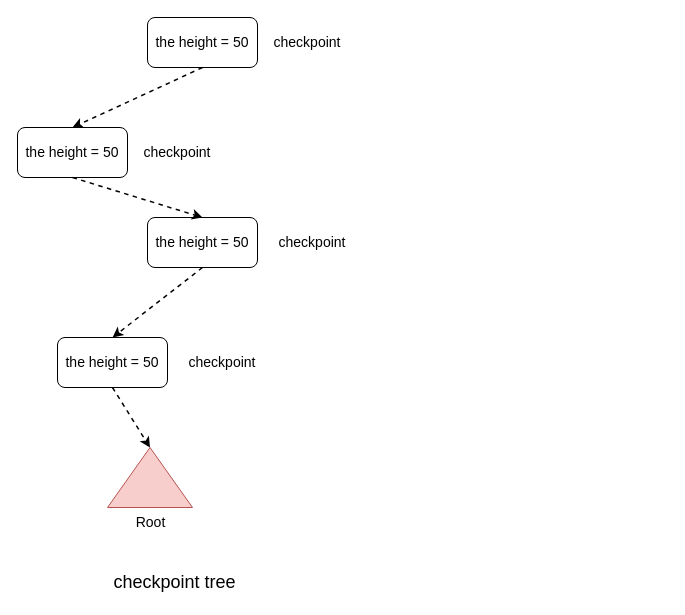
Earlier version of the draw.io diagram ethereum-research/consensus/Casper/checkpoint-tree.drawio (0xyicheng/a-research-diagram). Source tidied: cells renumbered, new cells numbered last; positions are measured from the earlier drawing's top-left corner, leaving out a move shared by most shapes. Both pictures are drawn from the tidied source at 100%, with x=0, y=0 at pixel (17, 17).
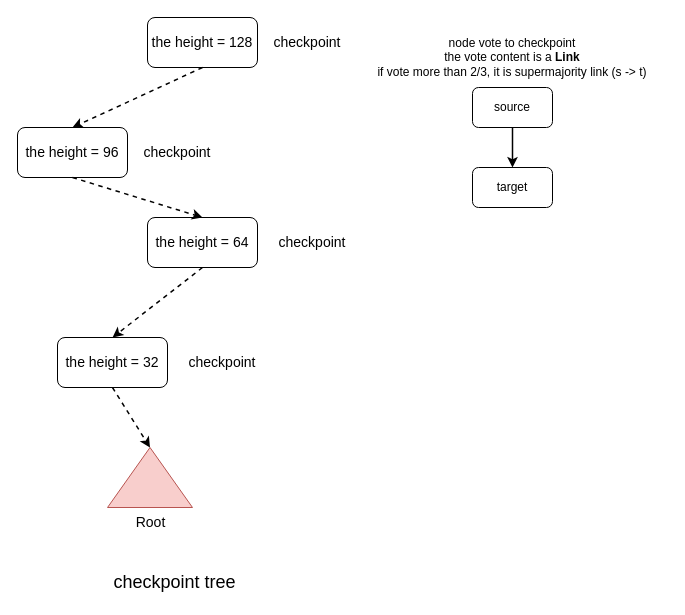
Above is the later version.

The edit, as a diff of the source:
```diff
@@
 <mxGraphModel>
   <root>
     <mxCell id="0" />
     <mxCell id="1" parent="0" />
-    <mxCell id="2" value="&lt;font style=&quot;user-select: auto; font-size: 14px;&quot;&gt;the height = 50&lt;/font&gt;" style="rounded=1;whiteSpace=wrap;html=1;" parent="1" vertex="1">
+    <mxCell id="2" value="&lt;font style=&quot;user-select: auto; font-size: 14px;&quot;&gt;the height = 32&lt;/font&gt;" style="rounded=1;whiteSpace=wrap;html=1;" parent="1" vertex="1">
       <mxGeometry x="40" y="320" width="110" height="50" as="geometry" />
     </mxCell>
-    <mxCell id="3" value="&lt;font style=&quot;user-select: auto; font-size: 14px;&quot;&gt;the height = 50&lt;/font&gt;" style="rounded=1;whiteSpace=wrap;html=1;" parent="1" vertex="1">
+    <mxCell id="3" value="&lt;font style=&quot;user-select: auto; font-size: 14px;&quot;&gt;the height = 64&lt;/font&gt;" style="rounded=1;whiteSpace=wrap;html=1;" parent="1" vertex="1">
       <mxGeometry x="130" y="200" width="110" height="50" as="geometry" />
     </mxCell>
-    <mxCell id="4" value="&lt;font style=&quot;user-select: auto; font-size: 14px;&quot;&gt;the height = 50&lt;/font&gt;" style="rounded=1;whiteSpace=wrap;html=1;" parent="1" vertex="1">
+    <mxCell id="4" value="&lt;font style=&quot;user-select: auto; font-size: 14px;&quot;&gt;the height = 96&lt;/font&gt;" style="rounded=1;whiteSpace=wrap;html=1;" parent="1" vertex="1">
       <mxGeometry y="110" width="110" height="50" as="geometry" />
     </mxCell>
-    <mxCell id="5" value="&lt;font style=&quot;user-select: auto; font-size: 14px;&quot;&gt;the height = 50&lt;/font&gt;" style="rounded=1;whiteSpace=wrap;html=1;" parent="1" vertex="1">
+    <mxCell id="5" value="&lt;font style=&quot;user-select: auto; font-size: 14px;&quot;&gt;the height = 128&lt;/font&gt;" style="rounded=1;whiteSpace=wrap;html=1;" parent="1" vertex="1">
       <mxGeometry x="130" width="110" height="50" as="geometry" />
     </mxCell>
     <mxCell id="6" value="Root" style="verticalLabelPosition=bottom;verticalAlign=top;html=1;shape=mxgraph.basic.acute_triangle;dx=0.5;fontSize=14;fillColor=#f8cecc;strokeColor=#b85450;" parent="1" vertex="1">
       <mxGeometry x="90" y="430" width="85" height="60" as="geometry" />
     </mxCell>
     <mxCell id="7" style="endArrow=classic;html=1;rounded=0;fontSize=14;strokeWidth=1.5;entryX=0;entryY=0;entryDx=42.5;entryDy=0;dashed=1;entryPerimeter=0;exitX=0.5;exitY=1;exitDx=0;exitDy=0;" parent="1" edge="1" source="2" target="6">
       <mxGeometry relative="1" as="geometry" />
     </mxCell>
     <mxCell id="8" style="endArrow=classic;html=1;rounded=0;fontSize=14;strokeWidth=1.5;entryX=0.5;entryY=0;entryDx=0;entryDy=0;dashed=1;exitX=0.5;exitY=1;exitDx=0;exitDy=0;" parent="1" edge="1" source="3" target="2">
       <mxGeometry relative="1" as="geometry" />
     </mxCell>
     <mxCell id="9" style="endArrow=classic;html=1;rounded=0;fontSize=14;strokeWidth=1.5;entryX=0.5;entryY=0;entryDx=0;entryDy=0;dashed=1;exitX=0.5;exitY=1;exitDx=0;exitDy=0;" parent="1" edge="1" source="4" target="3">
       <mxGeometry relative="1" as="geometry" />
     </mxCell>
     <mxCell id="10" style="endArrow=classic;html=1;rounded=0;fontSize=14;strokeWidth=1.5;entryX=0.5;entryY=0;entryDx=0;entryDy=0;dashed=1;exitX=0.5;exitY=1;exitDx=0;exitDy=0;" parent="1" edge="1" source="5" target="4">
       <mxGeometry relative="1" as="geometry" />
     </mxCell>
     <mxCell id="11" value="&lt;font style=&quot;user-select: auto; font-size: 14px;&quot;&gt;checkpoint&lt;/font&gt;" style="text;html=1;strokeColor=none;fillColor=none;align=center;verticalAlign=middle;whiteSpace=wrap;rounded=0;fontSize=14;" parent="1" vertex="1">
       <mxGeometry x="175" y="330" width="60" height="30" as="geometry" />
     </mxCell>
     <mxCell id="12" value="&lt;font style=&quot;user-select: auto; font-size: 18px;&quot;&gt;checkpoint tree&lt;/font&gt;" style="text;html=1;strokeColor=none;fillColor=none;align=center;verticalAlign=middle;whiteSpace=wrap;rounded=0;fontSize=14;" parent="1" vertex="1">
       <mxGeometry x="65" y="550" width="185" height="30" as="geometry" />
     </mxCell>
     <mxCell id="13" value="&lt;font style=&quot;user-select: auto; font-size: 14px;&quot;&gt;checkpoint&lt;/font&gt;" style="text;html=1;strokeColor=none;fillColor=none;align=center;verticalAlign=middle;whiteSpace=wrap;rounded=0;fontSize=14;" parent="1" vertex="1">
       <mxGeometry x="265" y="210" width="60" height="30" as="geometry" />
     </mxCell>
     <mxCell id="14" value="&lt;font style=&quot;user-select: auto; font-size: 14px;&quot;&gt;checkpoint&lt;/font&gt;" style="text;html=1;strokeColor=none;fillColor=none;align=center;verticalAlign=middle;whiteSpace=wrap;rounded=0;fontSize=14;" parent="1" vertex="1">
       <mxGeometry x="130" y="120" width="60" height="30" as="geometry" />
     </mxCell>
     <mxCell id="15" value="&lt;font style=&quot;user-select: auto; font-size: 14px;&quot;&gt;checkpoint&lt;/font&gt;" style="text;html=1;strokeColor=none;fillColor=none;align=center;verticalAlign=middle;whiteSpace=wrap;rounded=0;fontSize=14;" parent="1" vertex="1">
       <mxGeometry x="260" y="10" width="60" height="30" as="geometry" />
     </mxCell>
+    <mxCell id="16" value="node vote to checkpoint&lt;br style=&quot;user-select: auto;&quot;&gt;the vote content is a &lt;span style=&quot;user-select: auto;&quot;&gt;&lt;b style=&quot;user-select: auto;&quot;&gt;Link&lt;/b&gt;&lt;br style=&quot;user-select: auto;&quot;&gt;if vote more than 2/3, it is supermajority link (s -&amp;gt; t)&lt;br style=&quot;user-select: auto;&quot;&gt;&lt;/span&gt;" style="text;html=1;strokeColor=none;fillColor=none;align=center;verticalAlign=middle;whiteSpace=wrap;rounded=0;" parent="1" vertex="1">
+      <mxGeometry x="340" y="20" width="310" height="40" as="geometry" />
+    </mxCell>
+    <mxCell id="17" style="edgeStyle=orthogonalEdgeStyle;rounded=0;jettySize=auto;html=1;entryX=0.5;entryY=0;entryDx=0;entryDy=0;strokeWidth=1.5;" parent="1" edge="1" source="18" target="19">
+      <mxGeometry relative="1" as="geometry" />
+    </mxCell>
+    <mxCell id="18" value="source" style="rounded=1;whiteSpace=wrap;html=1;" parent="1" vertex="1">
+      <mxGeometry x="455" y="70" width="80" height="40" as="geometry" />
+    </mxCell>
+    <mxCell id="19" value="target" style="rounded=1;whiteSpace=wrap;html=1;" parent="1" vertex="1">
+      <mxGeometry x="455" y="150" width="80" height="40" as="geometry" />
+    </mxCell>
   </root>
 </mxGraphModel>
```
